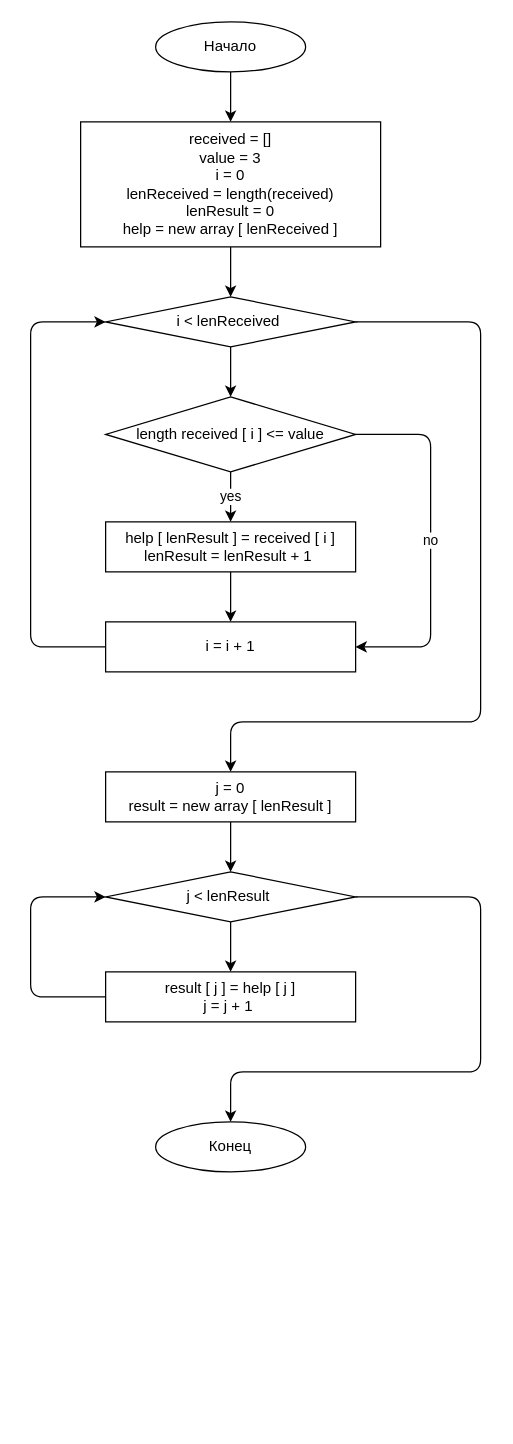
Above: BlockDiagram.drawio in AndreyEvseev/A.Evseev_FinalVerificationWork (draw.io), before the change. Source tidied: cells renumbered, new cells numbered last; positions are measured from the earlier drawing's top-left corner, leaving out a move shared by most shapes. Both pictures are drawn from the tidied source at 125%, with x=0, y=0 at pixel (30, 21).
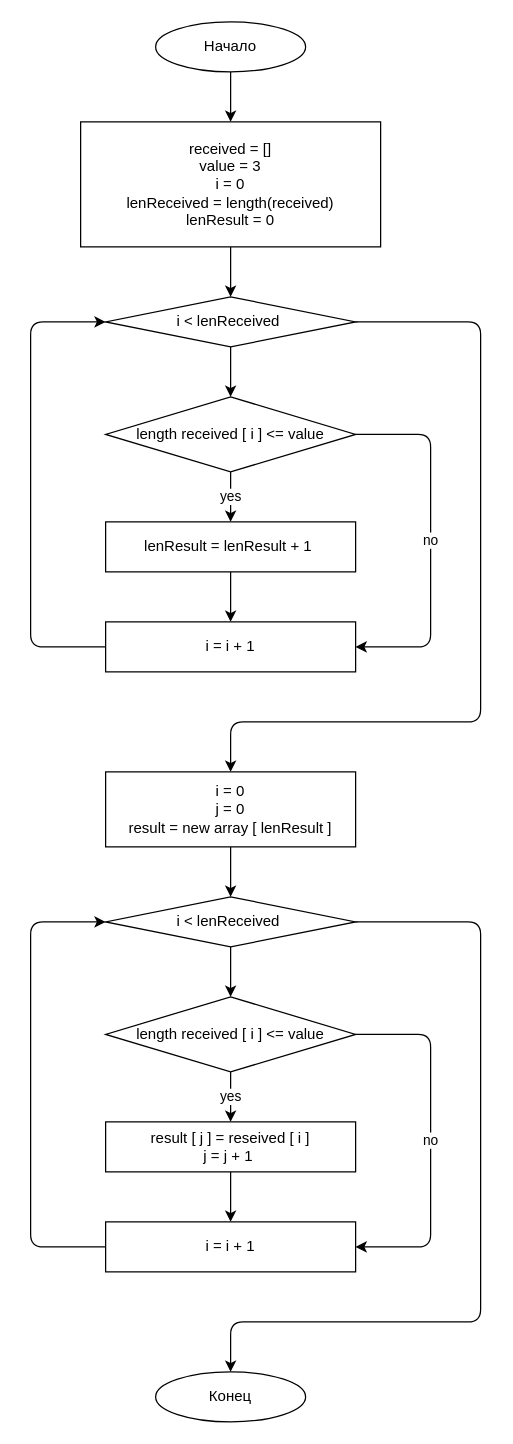
The same diagram, later.

Commit message (it also covers changes not shown here):
Скорректирована блок-схема алгоритма

Diff of the diagram source:
```diff
@@
     <mxCell id="4" value="Конец" style="ellipse;whiteSpace=wrap;html=1;" parent="1" vertex="1">
-      <mxGeometry x="100" y="880" width="120" height="40" as="geometry" />
+      <mxGeometry x="100" y="1080" width="120" height="40" as="geometry" />
     </mxCell>
@@
-    <mxCell id="6" value="received = []&lt;br&gt;value = 3&lt;br&gt;i = 0&lt;br&gt;lenReceived&amp;nbsp;= length(received)&lt;br&gt;lenResult = 0&lt;br&gt;help = new array [ lenReceived&amp;nbsp;]" style="rounded=0;whiteSpace=wrap;html=1;" parent="1" vertex="1">
+    <mxCell id="6" value="received = []&lt;br&gt;value = 3&lt;br&gt;i = 0&lt;br&gt;lenReceived&amp;nbsp;= length(received)&lt;br&gt;lenResult = 0" style="rounded=0;whiteSpace=wrap;html=1;" parent="1" vertex="1">
       <mxGeometry x="40" y="80" width="240" height="100" as="geometry" />
     </mxCell>
@@
-    <mxCell id="12" value="help [ lenResult&amp;nbsp;] = received [ i ]&lt;br&gt;lenResult&amp;nbsp;= lenResult&amp;nbsp;+ 1&amp;nbsp;" style="rounded=0;whiteSpace=wrap;html=1;" parent="1" vertex="1">
+    <mxCell id="12" value="lenResult&amp;nbsp;= lenResult&amp;nbsp;+ 1&amp;nbsp;" style="rounded=0;whiteSpace=wrap;html=1;" parent="1" vertex="1">
       <mxGeometry x="60" y="400" width="200" height="40" as="geometry" />
     </mxCell>
@@
-    <mxCell id="17" style="edgeStyle=none;html=1;" parent="1" edge="1" source="18" target="21">
+    <mxCell id="17" style="edgeStyle=none;html=1;entryX=0.5;entryY=0;entryDx=0;entryDy=0;" parent="1" edge="1" source="18" target="25">
       <mxGeometry relative="1" as="geometry" />
     </mxCell>
-    <mxCell id="18" value="j = 0&lt;br&gt;result = new array [ lenResult&amp;nbsp;]" style="rounded=0;whiteSpace=wrap;html=1;" parent="1" vertex="1">
-      <mxGeometry x="60" y="600" width="200" height="40" as="geometry" />
+    <mxCell id="18" value="i = 0&lt;br&gt;j = 0&lt;br&gt;result = new array [ lenResult&amp;nbsp;]" style="rounded=0;whiteSpace=wrap;html=1;" parent="1" vertex="1">
+      <mxGeometry x="60" y="600" width="200" height="60" as="geometry" />
     </mxCell>
-    <mxCell id="19" style="edgeStyle=none;html=1;" parent="1" edge="1" source="21" target="23">
-      <mxGeometry relative="1" as="geometry" />
+    <mxCell id="19" style="edgeStyle=none;html=1;" parent="1" edge="1">
+      <mxGeometry relative="1" as="geometry">
+        <mxPoint x="160" y="720" as="sourcePoint" />
+      </mxGeometry>
     </mxCell>
-    <mxCell id="20" style="edgeStyle=none;html=1;exitX=1;exitY=0.5;exitDx=0;exitDy=0;" parent="1" edge="1" source="21">
+    <mxCell id="20" style="edgeStyle=none;html=1;exitX=1;exitY=0.5;exitDx=0;exitDy=0;entryX=0.5;entryY=0;entryDx=0;entryDy=0;" parent="1" edge="1" source="25" target="4">
       <mxGeometry relative="1" as="geometry">
-        <mxPoint x="160" y="880" as="targetPoint" />
         <Array as="points">
-          <mxPoint x="360" y="700" />
-          <mxPoint x="360" y="840" />
-          <mxPoint x="160" y="840" />
+          <mxPoint x="360" y="720" />
+          <mxPoint x="360" y="1040" />
+          <mxPoint x="160" y="1040" />
         </Array>
       </mxGeometry>
     </mxCell>
-    <mxCell id="21" value="j &amp;lt; lenResult&amp;nbsp;" style="rhombus;whiteSpace=wrap;html=1;" parent="1" vertex="1">
-      <mxGeometry x="60" y="680" width="200" height="40" as="geometry" />
-    </mxCell>
-    <mxCell id="22" style="edgeStyle=none;html=1;entryX=0;entryY=0.5;entryDx=0;entryDy=0;exitX=0;exitY=0.5;exitDx=0;exitDy=0;" parent="1" edge="1" source="23" target="21">
+    <mxCell id="22" style="edgeStyle=none;html=1;entryX=0;entryY=0.5;entryDx=0;entryDy=0;exitX=0;exitY=0.5;exitDx=0;exitDy=0;" parent="1" edge="1">
       <mxGeometry relative="1" as="geometry">
+        <mxPoint x="60" y="700" as="targetPoint" />
         <Array as="points">
           <mxPoint y="780" />
           <mxPoint y="700" />
         </Array>
       </mxGeometry>
     </mxCell>
-    <mxCell id="23" value="result [ j ] = help [ j ]&lt;br&gt;j = j + 1&amp;nbsp;" style="rounded=0;whiteSpace=wrap;html=1;" parent="1" vertex="1">
-      <mxGeometry x="60" y="760" width="200" height="40" as="geometry" />
-    </mxCell>
+    <mxCell id="24" style="edgeStyle=none;html=1;" parent="1" edge="1" source="25" target="31">
+      <mxGeometry relative="1" as="geometry" />
+    </mxCell>
+    <mxCell id="25" value="i &amp;lt; lenReceived&amp;nbsp;" style="rhombus;whiteSpace=wrap;html=1;" parent="1" vertex="1">
+      <mxGeometry x="60" y="700" width="200" height="40" as="geometry" />
+    </mxCell>
+    <mxCell id="26" style="edgeStyle=none;html=1;exitX=0;exitY=0.5;exitDx=0;exitDy=0;entryX=0;entryY=0.5;entryDx=0;entryDy=0;" parent="1" edge="1" source="32" target="25">
+      <mxGeometry relative="1" as="geometry">
+        <Array as="points">
+          <mxPoint y="980" />
+          <mxPoint y="840" />
+          <mxPoint y="720" />
+        </Array>
+      </mxGeometry>
+    </mxCell>
+    <mxCell id="27" style="edgeStyle=none;html=1;" parent="1" edge="1" source="28" target="32">
+      <mxGeometry relative="1" as="geometry" />
+    </mxCell>
+    <mxCell id="28" value="result [ j ] = reseived [ i ]&lt;br&gt;j = j + 1&amp;nbsp;" style="rounded=0;whiteSpace=wrap;html=1;" parent="1" vertex="1">
+      <mxGeometry x="60" y="880" width="200" height="40" as="geometry" />
+    </mxCell>
+    <mxCell id="29" value="yes" style="edgeStyle=none;html=1;" parent="1" edge="1" source="31" target="28">
+      <mxGeometry relative="1" as="geometry" />
+    </mxCell>
+    <mxCell id="30" value="no" style="edgeStyle=none;html=1;exitX=1;exitY=0.5;exitDx=0;exitDy=0;entryX=1;entryY=0.5;entryDx=0;entryDy=0;" parent="1" edge="1" source="31" target="32">
+      <mxGeometry relative="1" as="geometry">
+        <Array as="points">
+          <mxPoint x="320" y="810" />
+          <mxPoint x="320" y="980" />
+        </Array>
+      </mxGeometry>
+    </mxCell>
+    <mxCell id="31" value="length received [ i ] &amp;lt;= value" style="rhombus;whiteSpace=wrap;html=1;" parent="1" vertex="1">
+      <mxGeometry x="60" y="780" width="200" height="60" as="geometry" />
+    </mxCell>
+    <mxCell id="32" value="i = i + 1" style="rounded=0;whiteSpace=wrap;html=1;" parent="1" vertex="1">
+      <mxGeometry x="60" y="960" width="200" height="40" as="geometry" />
+    </mxCell>
```
